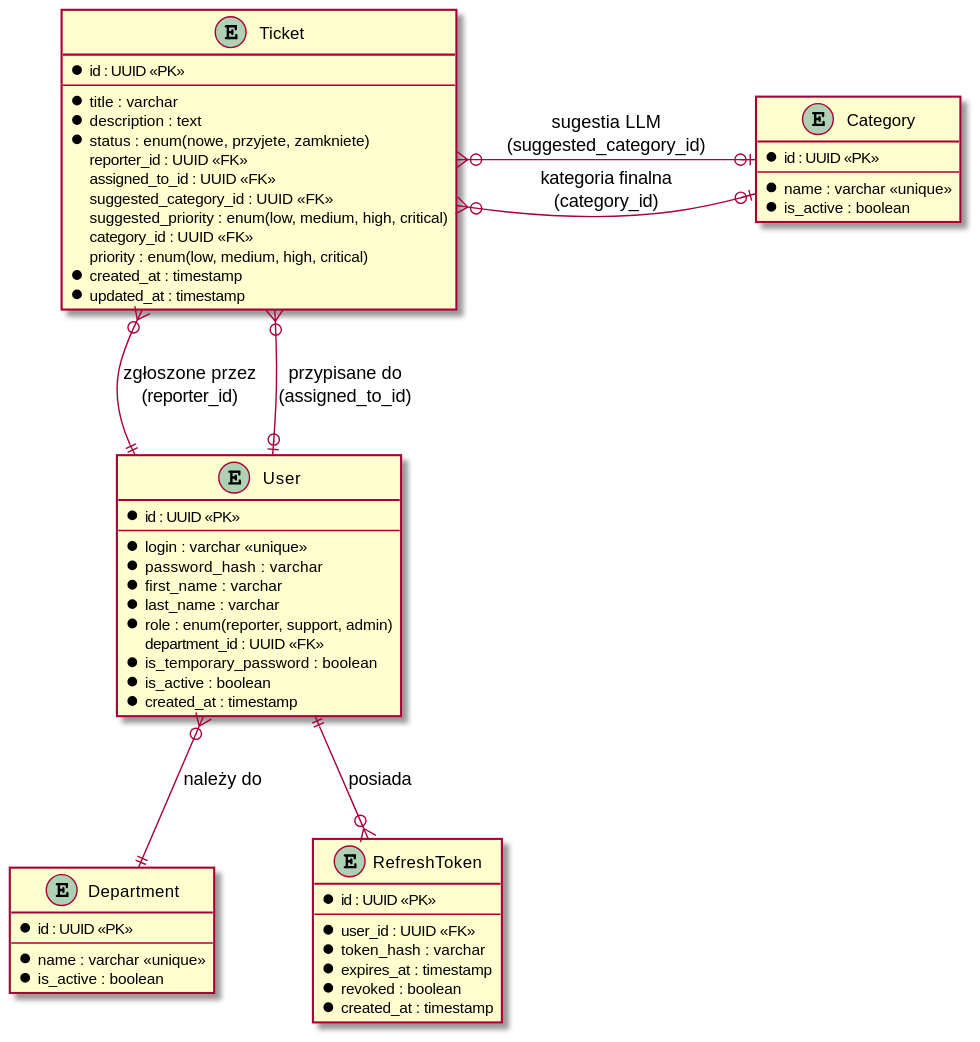
The PlantUML diagram docs/ERD.svg in Barry4747/HelpDesk, before a commit.
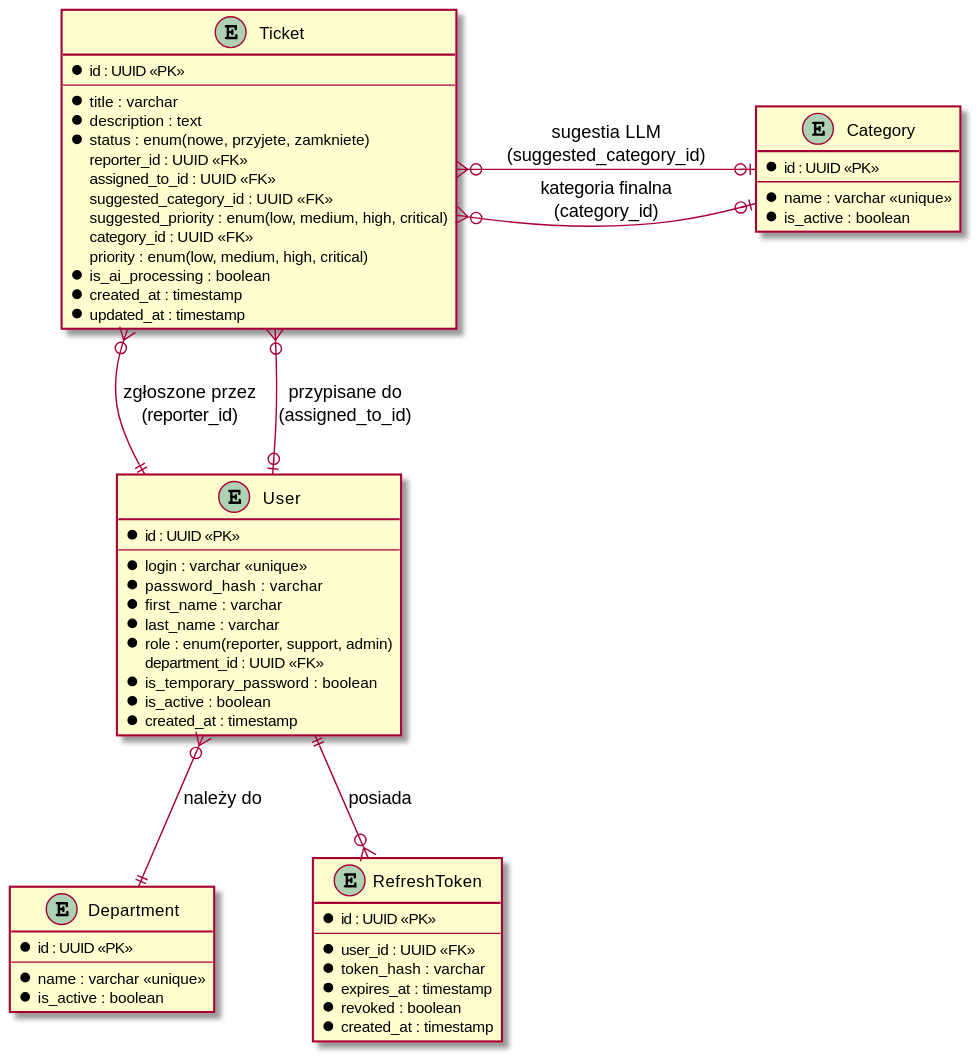
After the change.

The edit, as a diff of the source:
```diff
@@ -42,6 +42,7 @@
   suggested_priority : enum(low, medium, high, critical)
   category_id : UUID <<FK>>
   priority : enum(low, medium, high, critical)
+  * is_ai_processing : boolean
   * created_at : timestamp
   * updated_at : timestamp
 }
```
